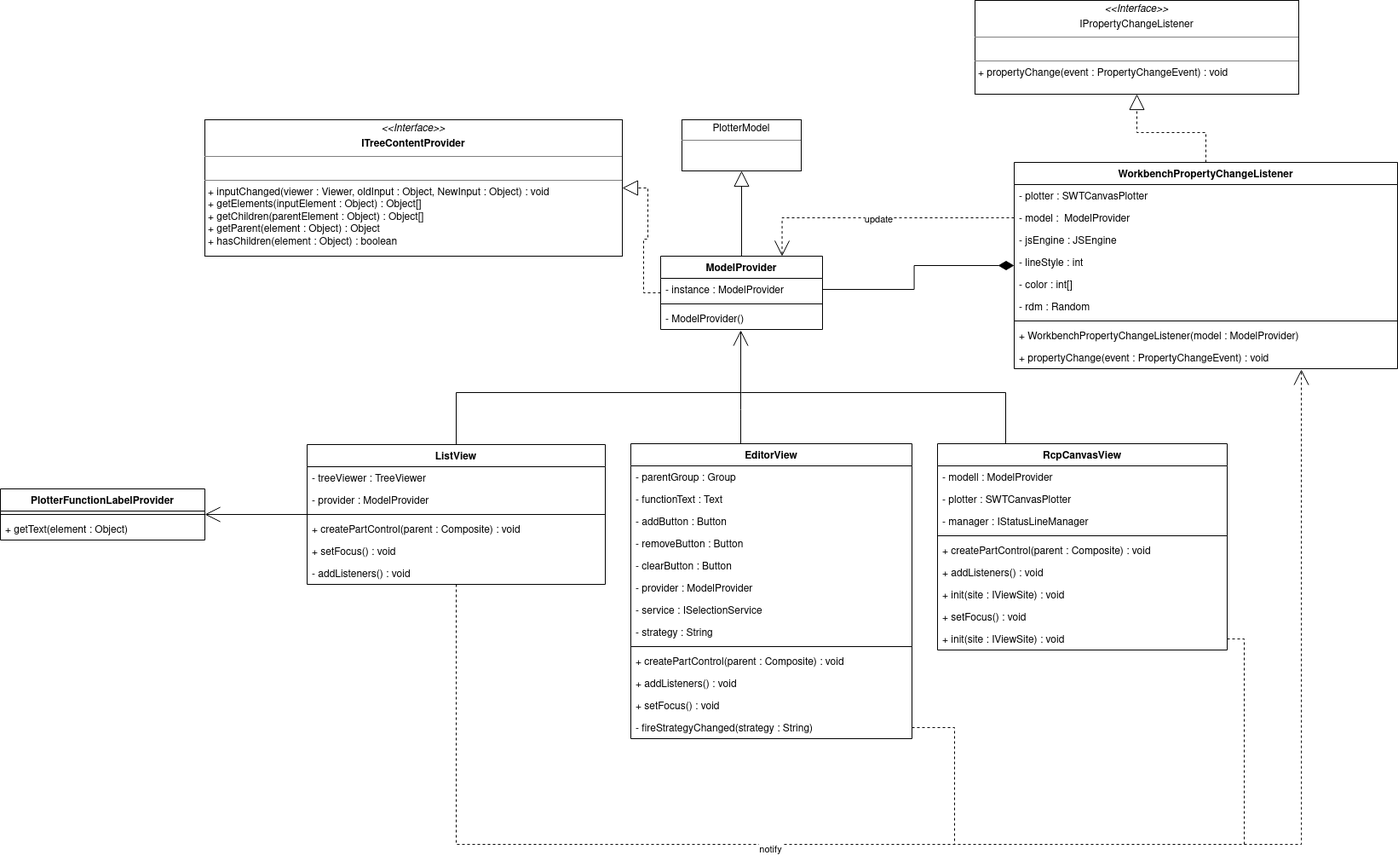
Before: SWT-rcpplotter.drawio.png, a diagram exported from draw.io (souhar400/object-oriented-systems). Source tidied: cells renumbered, new cells last; positions are measured from the earlier drawing's top-left corner, leaving out a move shared by most shapes.
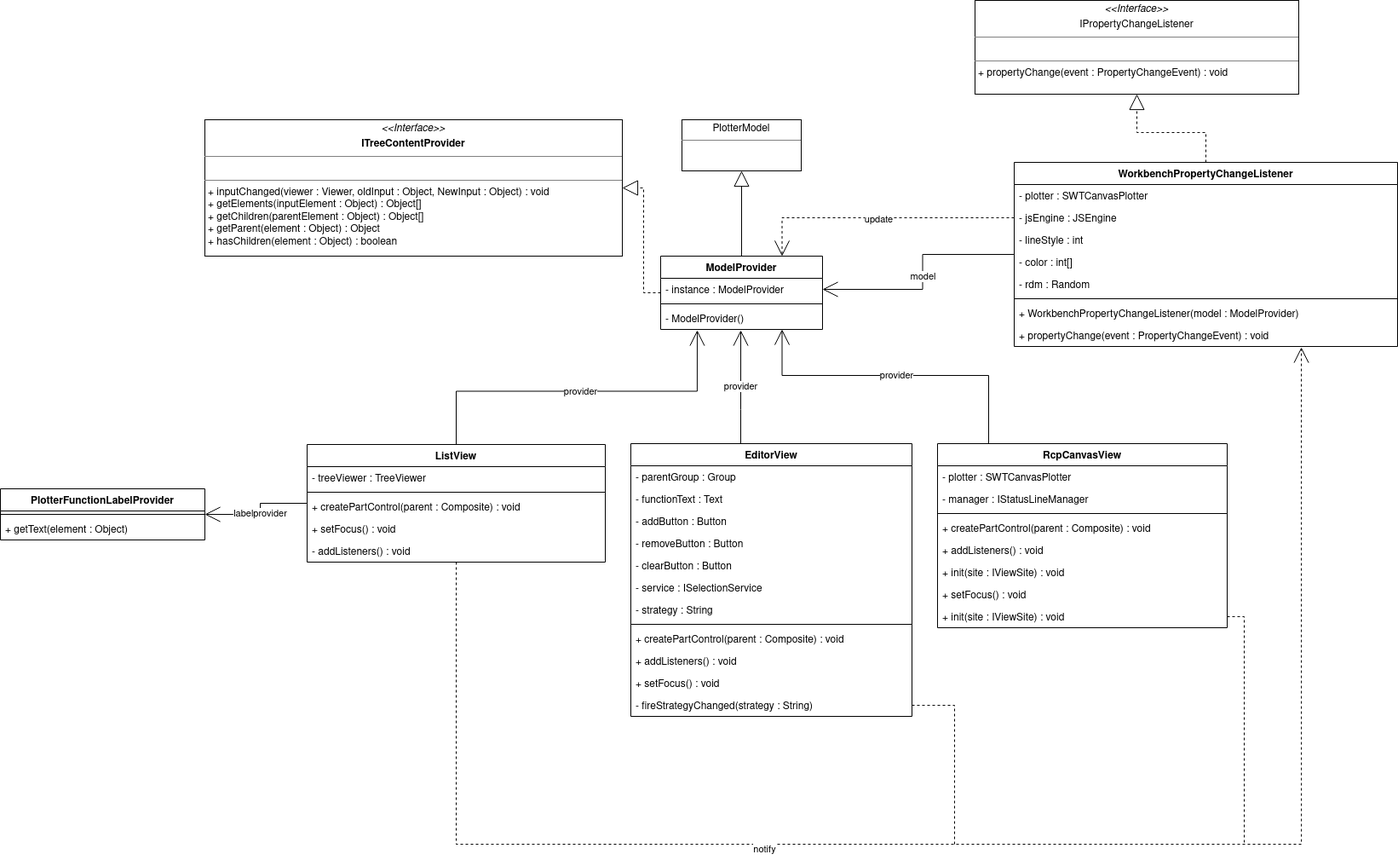
The same diagram one commit later.

Commit message:
gui und uml

Diff of the diagram source:
```diff
@@ -2,15 +2,7 @@
   <root>
     <mxCell id="0" />
     <mxCell id="1" parent="0" />
-    <mxCell id="2" style="edgeStyle=orthogonalEdgeStyle;rounded=0;jettySize=auto;html=1;startArrow=none;startFill=0;endArrow=none;endFill=0;startSize=16;endSize=16;" parent="1" edge="1" source="6">
-      <mxGeometry relative="1" as="geometry">
-        <mxPoint x="870" y="460" as="targetPoint" />
-        <Array as="points">
-          <mxPoint x="535" y="460" />
-        </Array>
-      </mxGeometry>
-    </mxCell>
-    <mxCell id="3" style="edgeStyle=orthogonalEdgeStyle;rounded=0;jettySize=auto;html=1;entryX=1;entryY=0.5;entryDx=0;entryDy=0;startArrow=none;startFill=0;endArrow=open;endFill=0;startSize=16;endSize=16;" parent="1" edge="1" source="6" target="47">
+    <mxCell id="3" value="labelprovider" style="edgeStyle=orthogonalEdgeStyle;rounded=0;jettySize=auto;html=1;entryX=1;entryY=0.5;entryDx=0;entryDy=0;startArrow=none;startFill=0;endArrow=open;endFill=0;startSize=16;endSize=16;" parent="1" edge="1" source="6" target="47">
       <mxGeometry relative="1" as="geometry" />
     </mxCell>
     <mxCell id="4" style="edgeStyle=orthogonalEdgeStyle;rounded=0;jettySize=auto;html=1;entryX=0.749;entryY=1.038;entryDx=0;entryDy=0;entryPerimeter=0;dashed=1;startArrow=none;startFill=0;endArrow=open;endFill=0;startSize=16;endSize=16;" parent="1" edge="1" source="6" target="61">
@@ -24,66 +16,63 @@
     <mxCell id="5" value="notify" style="edgeLabel;html=1;align=center;verticalAlign=middle;" parent="4" vertex="1">
       <mxGeometry x="-0.27" y="-5" relative="1" as="geometry" />
     </mxCell>
+    <mxCell id="68" value="provider" style="edgeStyle=orthogonalEdgeStyle;rounded=0;jettySize=auto;html=1;entryX=0.226;entryY=1.038;entryDx=0;entryDy=0;entryPerimeter=0;startArrow=none;startFill=0;endArrow=open;endFill=0;startSize=16;endSize=16;targetPerimeterSpacing=10;" parent="1" edge="1" source="6" target="45">
+      <mxGeometry relative="1" as="geometry" />
+    </mxCell>
     <mxCell id="6" value="ListView" style="swimlane;fontStyle=1;align=center;verticalAlign=top;horizontal=1;startSize=26;" parent="1" vertex="1">
-      <mxGeometry x="360" y="521" width="350" height="164" as="geometry" />
+      <mxGeometry x="360" y="521" width="350" height="138" as="geometry" />
     </mxCell>
     <mxCell id="7" value="- treeViewer : TreeViewer" style="text;strokeColor=none;fillColor=none;align=left;verticalAlign=top;spacingLeft=4;spacingRight=4;overflow=hidden;" parent="6" vertex="1">
       <mxGeometry y="26" width="350" height="26" as="geometry" />
     </mxCell>
-    <mxCell id="8" value="- provider : ModelProvider" style="text;strokeColor=none;fillColor=none;align=left;verticalAlign=top;spacingLeft=4;spacingRight=4;overflow=hidden;" parent="6" vertex="1">
-      <mxGeometry y="52" width="350" height="26" as="geometry" />
-    </mxCell>
     <mxCell id="9" style="line;strokeWidth=1;fillColor=none;align=left;verticalAlign=middle;spacingTop=-1;spacingLeft=3;spacingRight=3;labelPosition=right;" parent="6" vertex="1">
-      <mxGeometry y="78" width="350" height="8" as="geometry" />
+      <mxGeometry y="52" width="350" height="8" as="geometry" />
     </mxCell>
     <mxCell id="10" value="+ createPartControl(parent : Composite) : void" style="text;strokeColor=none;fillColor=none;align=left;verticalAlign=top;spacingLeft=4;spacingRight=4;overflow=hidden;" parent="6" vertex="1">
-      <mxGeometry y="86" width="350" height="26" as="geometry" />
+      <mxGeometry y="60" width="350" height="26" as="geometry" />
     </mxCell>
     <mxCell id="11" value="+ setFocus() : void" style="text;strokeColor=none;fillColor=none;align=left;verticalAlign=top;spacingLeft=4;spacingRight=4;overflow=hidden;" parent="6" vertex="1">
-      <mxGeometry y="112" width="350" height="26" as="geometry" />
+      <mxGeometry y="86" width="350" height="26" as="geometry" />
     </mxCell>
     <mxCell id="12" value="- addListeners() : void" style="text;strokeColor=none;fillColor=none;align=left;verticalAlign=top;spacingLeft=4;spacingRight=4;overflow=hidden;" parent="6" vertex="1">
-      <mxGeometry y="138" width="350" height="26" as="geometry" />
+      <mxGeometry y="112" width="350" height="26" as="geometry" />
     </mxCell>
-    <mxCell id="13" style="edgeStyle=orthogonalEdgeStyle;rounded=0;jettySize=auto;html=1;endArrow=none;endFill=0;startSize=16;endSize=16;" parent="1" edge="1" source="14">
-      <mxGeometry relative="1" as="geometry">
-        <mxPoint x="870" y="460" as="targetPoint" />
-        <Array as="points">
-          <mxPoint x="1180" y="460" />
-        </Array>
-      </mxGeometry>
-    </mxCell>
+    <mxCell id="69" value="provider" style="edgeStyle=orthogonalEdgeStyle;rounded=0;jettySize=auto;html=1;entryX=0.75;entryY=1;entryDx=0;entryDy=0;startArrow=none;startFill=0;endArrow=open;endFill=0;startSize=16;targetPerimeterSpacing=10;endSize=16;" parent="1" edge="1" source="14" target="42">
+      <mxGeometry relative="1" as="geometry">
+        <Array as="points">
+          <mxPoint x="1160" y="440" />
+          <mxPoint x="918" y="440" />
+        </Array>
+      </mxGeometry>
+    </mxCell>
     <mxCell id="14" value="RcpCanvasView" style="swimlane;fontStyle=1;align=center;verticalAlign=top;horizontal=1;startSize=26;" parent="1" vertex="1">
-      <mxGeometry x="1100" y="520" width="340" height="242" as="geometry" />
+      <mxGeometry x="1100" y="520" width="340" height="216" as="geometry" />
     </mxCell>
-    <mxCell id="15" value="- modell : ModelProvider" style="text;strokeColor=none;fillColor=none;align=left;verticalAlign=top;spacingLeft=4;spacingRight=4;overflow=hidden;" parent="14" vertex="1">
-      <mxGeometry y="26" width="340" height="26" as="geometry" />
-    </mxCell>
     <mxCell id="16" value="- plotter : SWTCanvasPlotter" style="text;strokeColor=none;fillColor=none;align=left;verticalAlign=top;spacingLeft=4;spacingRight=4;overflow=hidden;" parent="14" vertex="1">
-      <mxGeometry y="52" width="340" height="26" as="geometry" />
+      <mxGeometry y="26" width="340" height="26" as="geometry" />
     </mxCell>
     <mxCell id="17" value="- manager : IStatusLineManager" style="text;strokeColor=none;fillColor=none;align=left;verticalAlign=top;spacingLeft=4;spacingRight=4;overflow=hidden;" parent="14" vertex="1">
-      <mxGeometry y="78" width="340" height="26" as="geometry" />
+      <mxGeometry y="52" width="340" height="26" as="geometry" />
     </mxCell>
     <mxCell id="18" style="line;strokeWidth=1;fillColor=none;align=left;verticalAlign=middle;spacingTop=-1;spacingLeft=3;spacingRight=3;labelPosition=right;" parent="14" vertex="1">
-      <mxGeometry y="104" width="340" height="8" as="geometry" />
+      <mxGeometry y="78" width="340" height="8" as="geometry" />
     </mxCell>
     <mxCell id="19" value="+ createPartControl(parent : Composite) : void" style="text;strokeColor=none;fillColor=none;align=left;verticalAlign=top;spacingLeft=4;spacingRight=4;overflow=hidden;" parent="14" vertex="1">
-      <mxGeometry y="112" width="340" height="26" as="geometry" />
+      <mxGeometry y="86" width="340" height="26" as="geometry" />
     </mxCell>
     <mxCell id="20" value="+ addListeners() : void" style="text;strokeColor=none;fillColor=none;align=left;verticalAlign=top;spacingLeft=4;spacingRight=4;overflow=hidden;" parent="14" vertex="1">
-      <mxGeometry y="138" width="340" height="26" as="geometry" />
+      <mxGeometry y="112" width="340" height="26" as="geometry" />
     </mxCell>
     <mxCell id="21" value="+ init(site : IViewSite) : void" style="text;strokeColor=none;fillColor=none;align=left;verticalAlign=top;spacingLeft=4;spacingRight=4;overflow=hidden;" parent="14" vertex="1">
-      <mxGeometry y="164" width="340" height="26" as="geometry" />
+      <mxGeometry y="138" width="340" height="26" as="geometry" />
     </mxCell>
     <mxCell id="22" value="+ setFocus() : void" style="text;strokeColor=none;fillColor=none;align=left;verticalAlign=top;spacingLeft=4;spacingRight=4;overflow=hidden;" parent="14" vertex="1">
-      <mxGeometry y="190" width="340" height="26" as="geometry" />
+      <mxGeometry y="164" width="340" height="26" as="geometry" />
     </mxCell>
     <mxCell id="23" value="+ init(site : IViewSite) : void" style="text;strokeColor=none;fillColor=none;align=left;verticalAlign=top;spacingLeft=4;spacingRight=4;overflow=hidden;points=[[0,0.5],[1,0.5]];portConstraint=eastwest;" parent="14" vertex="1">
-      <mxGeometry y="216" width="340" height="26" as="geometry" />
+      <mxGeometry y="190" width="340" height="26" as="geometry" />
     </mxCell>
-    <mxCell id="24" style="edgeStyle=orthogonalEdgeStyle;rounded=0;jettySize=auto;html=1;entryX=0.495;entryY=1.038;entryDx=0;entryDy=0;entryPerimeter=0;endArrow=open;endFill=0;startSize=16;endSize=16;" parent="1" edge="1" source="25" target="45">
+    <mxCell id="24" value="provider" style="edgeStyle=orthogonalEdgeStyle;rounded=0;jettySize=auto;html=1;entryX=0.495;entryY=1.038;entryDx=0;entryDy=0;entryPerimeter=0;endArrow=open;endFill=0;startSize=16;endSize=16;" parent="1" edge="1" source="25" target="45">
       <mxGeometry relative="1" as="geometry">
         <Array as="points">
           <mxPoint x="869" y="480" />
@@ -92,7 +81,7 @@
       </mxGeometry>
     </mxCell>
     <mxCell id="25" value="EditorView" style="swimlane;fontStyle=1;align=center;verticalAlign=top;horizontal=1;startSize=26;" parent="1" vertex="1">
-      <mxGeometry x="740" y="520" width="330" height="346" as="geometry" />
+      <mxGeometry x="740" y="520" width="330" height="320" as="geometry" />
     </mxCell>
     <mxCell id="26" value="- parentGroup : Group" style="text;strokeColor=none;fillColor=none;align=left;verticalAlign=top;spacingLeft=4;spacingRight=4;overflow=hidden;" parent="25" vertex="1">
       <mxGeometry y="26" width="330" height="26" as="geometry" />
@@ -109,29 +98,26 @@
     <mxCell id="30" value="- clearButton : Button" style="text;strokeColor=none;fillColor=none;align=left;verticalAlign=top;spacingLeft=4;spacingRight=4;overflow=hidden;" parent="25" vertex="1">
       <mxGeometry y="130" width="330" height="26" as="geometry" />
     </mxCell>
-    <mxCell id="31" value="- provider : ModelProvider" style="text;strokeColor=none;fillColor=none;align=left;verticalAlign=top;spacingLeft=4;spacingRight=4;overflow=hidden;" parent="25" vertex="1">
-      <mxGeometry y="156" width="330" height="26" as="geometry" />
-    </mxCell>
     <mxCell id="32" value="- service : ISelectionService" style="text;strokeColor=none;fillColor=none;align=left;verticalAlign=top;spacingLeft=4;spacingRight=4;overflow=hidden;" parent="25" vertex="1">
-      <mxGeometry y="182" width="330" height="26" as="geometry" />
+      <mxGeometry y="156" width="330" height="26" as="geometry" />
     </mxCell>
     <mxCell id="33" value="- strategy : String" style="text;strokeColor=none;fillColor=none;align=left;verticalAlign=top;spacingLeft=4;spacingRight=4;overflow=hidden;" parent="25" vertex="1">
-      <mxGeometry y="208" width="330" height="26" as="geometry" />
+      <mxGeometry y="182" width="330" height="26" as="geometry" />
     </mxCell>
     <mxCell id="34" style="line;strokeWidth=1;fillColor=none;align=left;verticalAlign=middle;spacingTop=-1;spacingLeft=3;spacingRight=3;labelPosition=right;" parent="25" vertex="1">
-      <mxGeometry y="234" width="330" height="8" as="geometry" />
+      <mxGeometry y="208" width="330" height="8" as="geometry" />
     </mxCell>
     <mxCell id="35" value="+ createPartControl(parent : Composite) : void" style="text;strokeColor=none;fillColor=none;align=left;verticalAlign=top;spacingLeft=4;spacingRight=4;overflow=hidden;" parent="25" vertex="1">
-      <mxGeometry y="242" width="330" height="26" as="geometry" />
+      <mxGeometry y="216" width="330" height="26" as="geometry" />
     </mxCell>
     <mxCell id="36" value="+ addListeners() : void" style="text;strokeColor=none;fillColor=none;align=left;verticalAlign=top;spacingLeft=4;spacingRight=4;overflow=hidden;" parent="25" vertex="1">
-      <mxGeometry y="268" width="330" height="26" as="geometry" />
+      <mxGeometry y="242" width="330" height="26" as="geometry" />
     </mxCell>
     <mxCell id="37" value="+ setFocus() : void" style="text;strokeColor=none;fillColor=none;align=left;verticalAlign=top;spacingLeft=4;spacingRight=4;overflow=hidden;" parent="25" vertex="1">
-      <mxGeometry y="294" width="330" height="26" as="geometry" />
+      <mxGeometry y="268" width="330" height="26" as="geometry" />
     </mxCell>
     <mxCell id="38" value="- fireStrategyChanged(strategy : String)" style="text;strokeColor=none;fillColor=none;align=left;verticalAlign=top;spacingLeft=4;spacingRight=4;overflow=hidden;points=[[0,0.5],[1,0.5]];portConstraint=eastwest;" parent="25" vertex="1">
-      <mxGeometry y="320" width="330" height="26" as="geometry" />
+      <mxGeometry y="294" width="330" height="26" as="geometry" />
     </mxCell>
     <mxCell id="39" value="&lt;p style=&quot;margin:0px;margin-top:4px;text-align:center;&quot;&gt;PlotterModel&lt;/p&gt;&lt;hr size=&quot;1&quot;&gt;&lt;div style=&quot;height:2px;&quot;&gt;&lt;/div&gt;" style="verticalAlign=top;align=left;overflow=fill;fontSize=12;fontFamily=Helvetica;html=1;" parent="1" vertex="1">
       <mxGeometry x="800" y="140" width="140" height="60" as="geometry" />
@@ -140,7 +126,12 @@
       <mxGeometry relative="1" as="geometry" />
     </mxCell>
     <mxCell id="41" style="edgeStyle=orthogonalEdgeStyle;rounded=0;jettySize=auto;html=1;endArrow=block;endFill=0;startSize=16;endSize=16;dashed=1;" parent="1" edge="1" source="42" target="46">
-      <mxGeometry relative="1" as="geometry" />
+      <mxGeometry relative="1" as="geometry">
+        <Array as="points">
+          <mxPoint x="755" y="343" />
+          <mxPoint x="755" y="220" />
+        </Array>
+      </mxGeometry>
     </mxCell>
     <mxCell id="42" value="ModelProvider" style="swimlane;fontStyle=1;align=center;verticalAlign=top;horizontal=1;startSize=26;" parent="1" vertex="1">
       <mxGeometry x="775" y="300" width="190" height="86" as="geometry" />
@@ -169,44 +160,43 @@
     <mxCell id="50" style="edgeStyle=orthogonalEdgeStyle;rounded=0;jettySize=auto;html=1;entryX=0.5;entryY=0;entryDx=0;entryDy=0;startArrow=none;startFill=0;endArrow=block;endFill=0;startSize=16;endSize=16;dashed=1;" parent="1" edge="1" source="52" target="62">
       <mxGeometry relative="1" as="geometry" />
     </mxCell>
-    <mxCell id="51" style="edgeStyle=orthogonalEdgeStyle;rounded=0;jettySize=auto;html=1;entryX=1;entryY=0.5;entryDx=0;entryDy=0;startArrow=diamondThin;startFill=1;endArrow=none;endFill=0;startSize=16;endSize=16;" parent="1" edge="1" source="52" target="43">
+    <mxCell id="51" value="model" style="edgeStyle=orthogonalEdgeStyle;rounded=0;jettySize=auto;html=1;entryX=1;entryY=0.5;entryDx=0;entryDy=0;startArrow=none;startFill=0;endArrow=open;endFill=0;startSize=16;endSize=16;" parent="1" edge="1" source="52" target="43">
       <mxGeometry relative="1" as="geometry" />
     </mxCell>
     <mxCell id="52" value="WorkbenchPropertyChangeListener" style="swimlane;fontStyle=1;align=center;verticalAlign=top;horizontal=1;startSize=26;" parent="1" vertex="1">
-      <mxGeometry x="1190" y="190" width="450" height="242" as="geometry" />
+      <mxGeometry x="1190" y="190" width="450" height="216" as="geometry" />
     </mxCell>
     <mxCell id="53" value="- plotter : SWTCanvasPlotter" style="text;strokeColor=none;fillColor=none;align=left;verticalAlign=top;spacingLeft=4;spacingRight=4;overflow=hidden;" parent="52" vertex="1">
       <mxGeometry y="26" width="450" height="26" as="geometry" />
     </mxCell>
-    <mxCell id="54" value="- model :  ModelProvider" style="text;strokeColor=none;fillColor=none;align=left;verticalAlign=top;spacingLeft=4;spacingRight=4;overflow=hidden;points=[[0,0.5],[1,0.5]];portConstraint=eastwest;" parent="52" vertex="1">
-      <mxGeometry y="52" width="450" height="26" as="geometry" />
-    </mxCell>
     <mxCell id="55" value="- jsEngine : JSEngine" style="text;strokeColor=none;fillColor=none;align=left;verticalAlign=top;spacingLeft=4;spacingRight=4;overflow=hidden;" parent="52" vertex="1">
-      <mxGeometry y="78" width="450" height="26" as="geometry" />
+      <mxGeometry y="52" width="450" height="26" as="geometry" />
     </mxCell>
     <mxCell id="56" value="- lineStyle : int" style="text;strokeColor=none;fillColor=none;align=left;verticalAlign=top;spacingLeft=4;spacingRight=4;overflow=hidden;" parent="52" vertex="1">
-      <mxGeometry y="104" width="450" height="26" as="geometry" />
+      <mxGeometry y="78" width="450" height="26" as="geometry" />
     </mxCell>
     <mxCell id="57" value="- color : int[]" style="text;strokeColor=none;fillColor=none;align=left;verticalAlign=top;spacingLeft=4;spacingRight=4;overflow=hidden;" parent="52" vertex="1">
-      <mxGeometry y="130" width="450" height="26" as="geometry" />
+      <mxGeometry y="104" width="450" height="26" as="geometry" />
     </mxCell>
     <mxCell id="58" value="- rdm : Random" style="text;strokeColor=none;fillColor=none;align=left;verticalAlign=top;spacingLeft=4;spacingRight=4;overflow=hidden;" parent="52" vertex="1">
-      <mxGeometry y="156" width="450" height="26" as="geometry" />
+      <mxGeometry y="130" width="450" height="26" as="geometry" />
     </mxCell>
     <mxCell id="59" style="line;strokeWidth=1;fillColor=none;align=left;verticalAlign=middle;spacingTop=-1;spacingLeft=3;spacingRight=3;labelPosition=right;" parent="52" vertex="1">
-      <mxGeometry y="182" width="450" height="8" as="geometry" />
+      <mxGeometry y="156" width="450" height="8" as="geometry" />
     </mxCell>
     <mxCell id="60" value="+ WorkbenchPropertyChangeListener(model : ModelProvider)" style="text;strokeColor=none;fillColor=none;align=left;verticalAlign=top;spacingLeft=4;spacingRight=4;overflow=hidden;" parent="52" vertex="1">
-      <mxGeometry y="190" width="450" height="26" as="geometry" />
+      <mxGeometry y="164" width="450" height="26" as="geometry" />
     </mxCell>
     <mxCell id="61" value="+ propertyChange(event : PropertyChangeEvent) : void" style="text;strokeColor=none;fillColor=none;align=left;verticalAlign=top;spacingLeft=4;spacingRight=4;overflow=hidden;points=[[0,0.5],[1,0.5]];portConstraint=eastwest;" parent="52" vertex="1">
-      <mxGeometry y="216" width="450" height="26" as="geometry" />
+      <mxGeometry y="190" width="450" height="26" as="geometry" />
     </mxCell>
     <mxCell id="62" value="&lt;p style=&quot;margin:0px;margin-top:4px;text-align:center;&quot;&gt;&lt;i&gt;&amp;lt;&amp;lt;Interface&amp;gt;&amp;gt;&lt;/i&gt;&lt;/p&gt;&lt;p style=&quot;margin:0px;margin-top:4px;text-align:center;&quot;&gt;IPropertyChangeListener&lt;br&gt;&lt;/p&gt;&lt;hr size=&quot;1&quot;&gt;&lt;br&gt;&lt;hr size=&quot;1&quot;&gt;&lt;p style=&quot;margin:0px;margin-left:4px;&quot;&gt;+ propertyChange(event : PropertyChangeEvent) : void&lt;br&gt;&lt;br&gt;&lt;/p&gt;" style="verticalAlign=top;align=left;overflow=fill;fontSize=12;fontFamily=Helvetica;html=1;direction=west;" parent="1" vertex="1">
       <mxGeometry x="1144" width="380" height="110" as="geometry" />
     </mxCell>
-    <mxCell id="63" style="edgeStyle=orthogonalEdgeStyle;rounded=0;jettySize=auto;html=1;entryX=0.75;entryY=0;entryDx=0;entryDy=0;startArrow=none;startFill=0;endArrow=open;endFill=0;startSize=16;endSize=16;dashed=1;" parent="1" edge="1" source="54" target="42">
-      <mxGeometry relative="1" as="geometry" />
+    <mxCell id="63" style="edgeStyle=orthogonalEdgeStyle;rounded=0;jettySize=auto;html=1;entryX=0.75;entryY=0;entryDx=0;entryDy=0;startArrow=none;startFill=0;endArrow=open;endFill=0;startSize=16;endSize=16;dashed=1;" parent="1" edge="1" target="42">
+      <mxGeometry relative="1" as="geometry">
+        <mxPoint x="1190" y="255" as="sourcePoint" />
+      </mxGeometry>
     </mxCell>
     <mxCell id="64" value="update" style="edgeLabel;html=1;align=center;verticalAlign=middle;" parent="63" vertex="1">
       <mxGeometry x="0.01" y="1" relative="1" as="geometry" />
```
